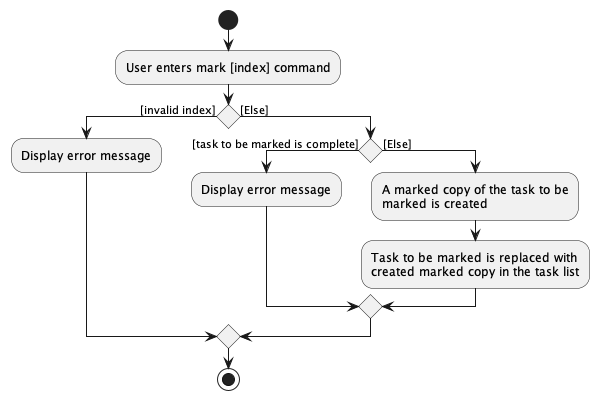
Earlier version of the PlantUML export docs/images/MarkTaskActivityDiagram.png (nus-cs2103-AY2223S1/tp).
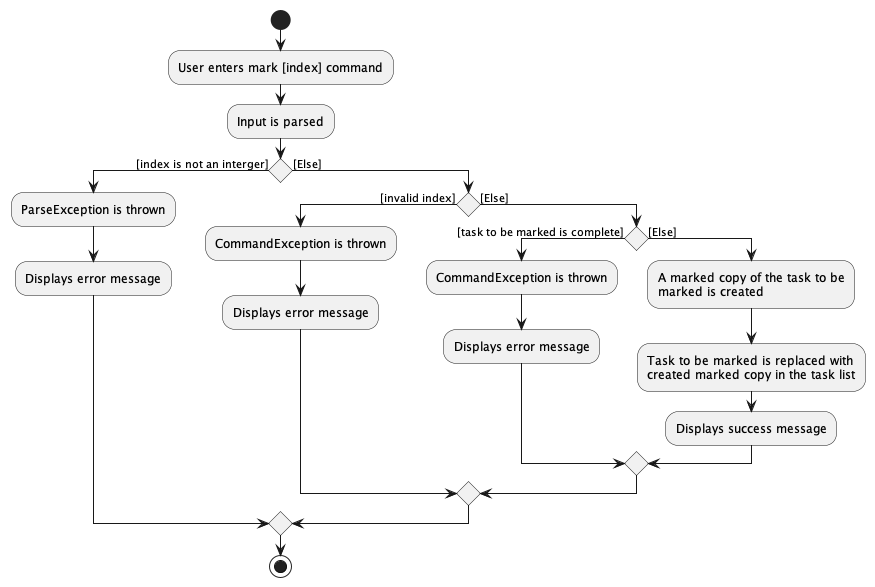
After the commit.

The edit, as a diff of the source:
```diff
@@ -1,17 +1,25 @@
 @startuml
 start
 :User enters mark [index] command;
-
-if () then ([invalid index])
-    :Display error message;
+:Input is parsed;
+if () then ([index is not an interger])
+    :ParseException is thrown;
+    :Displays error message;
 else ([Else])
-    if() then ([task to be marked is complete])
-        :Display error message;
+    if () then ([invalid index])
+        :CommandException is thrown;
+        :Displays error message;
     else ([Else])
-        :A marked copy of the task to be
-        marked is created;
-        :Task to be marked is replaced with
-        created marked copy in the task list;
+        if() then ([task to be marked is complete])
+            :CommandException is thrown;
+            :Displays error message;
+        else ([Else])
+            :A marked copy of the task to be
+            marked is created;
+            :Task to be marked is replaced with
+            created marked copy in the task list;
+            :Displays success message;
+        endif
     endif
 endif
 
```
